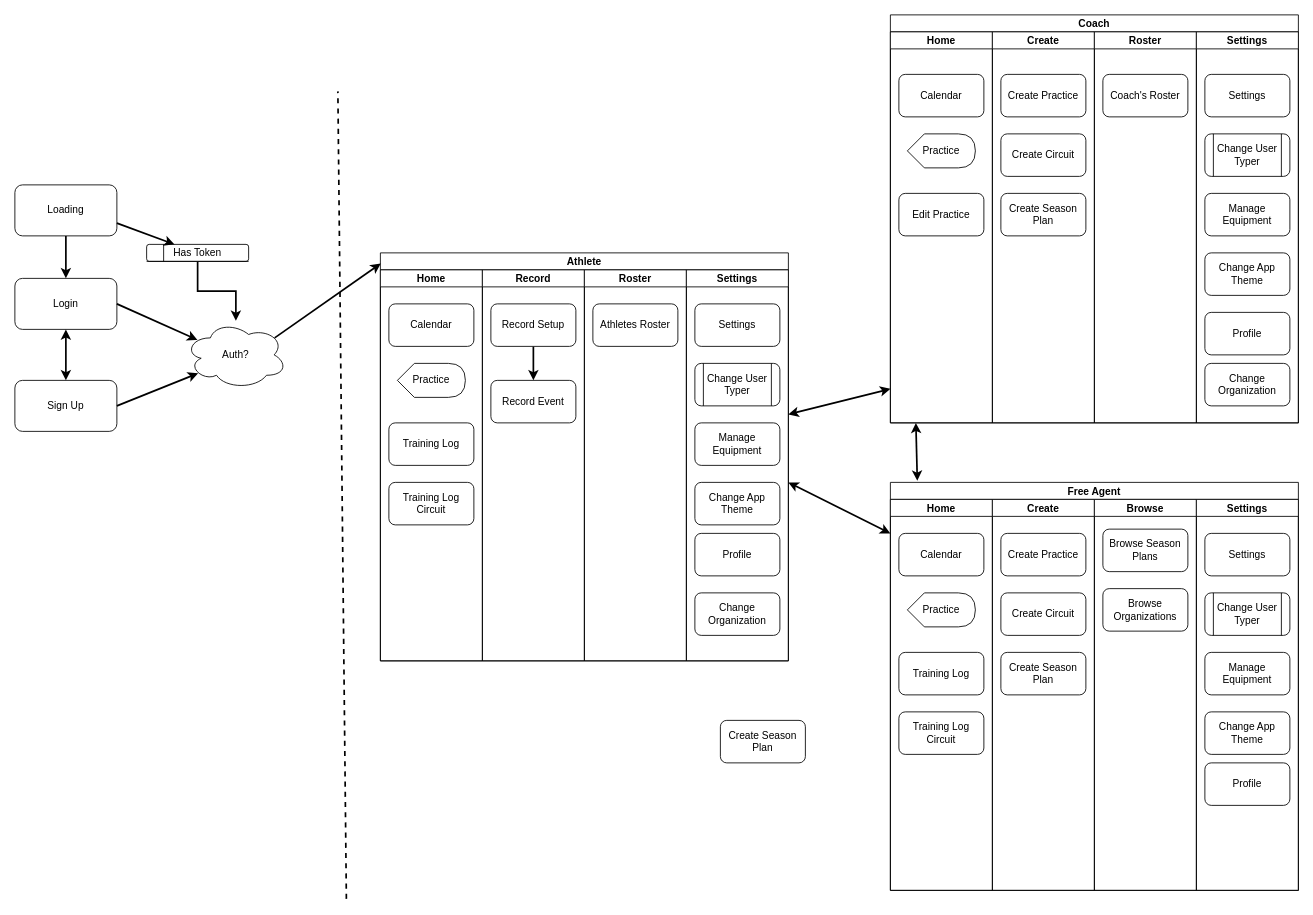
This is BBSports.drawio from Henkemeyer/BBSports, a draw.io file, before an edit. Source tidied: cells renumbered, new cells numbered last; positions are measured from the earlier drawing's top-left corner, leaving out a move shared by most shapes. Both pictures are drawn from the tidied source at 85%, with x=0, y=0 at pixel (14, 14).
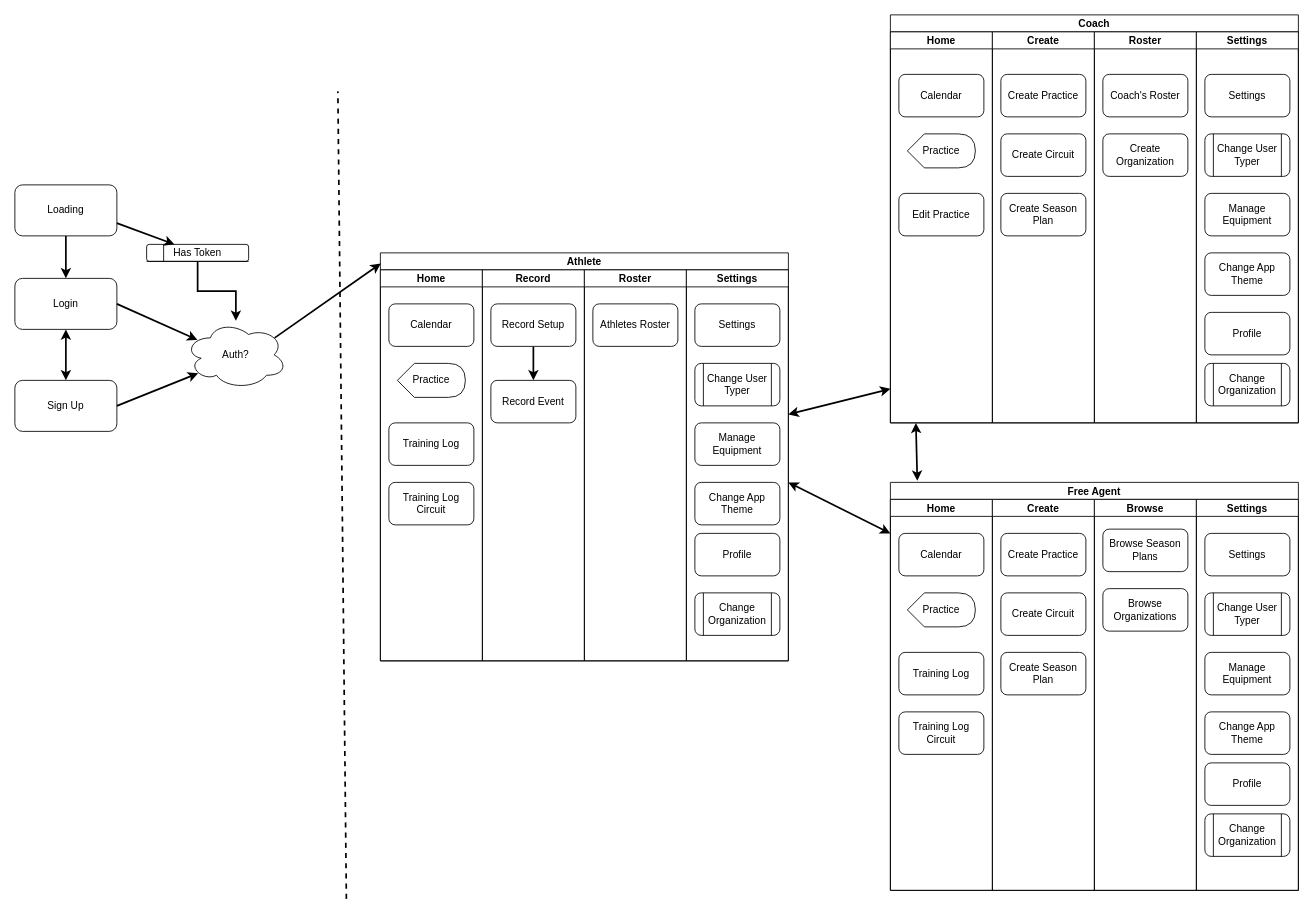
The same diagram, later.

Unchanged cells that the change refers to:
```xml
<mxCell id="11" value="Roster" style="swimlane;startSize=20;" parent="2" vertex="1">
  <mxGeometry x="240" y="20" width="120" height="460" as="geometry" />
</mxCell>
<mxCell id="13" value="Settings" style="swimlane;startSize=20;" parent="2" vertex="1">
  <mxGeometry x="360" y="20" width="120" height="460" as="geometry" />
</mxCell>
<mxCell id="33" value="Settings" style="swimlane;startSize=20;" parent="20" vertex="1">
  <mxGeometry x="360" y="20" width="120" height="460" as="geometry" />
</mxCell>
<mxCell id="51" value="Settings" style="swimlane;startSize=20;" parent="39" vertex="1">
  <mxGeometry x="360" y="20" width="120" height="460" as="geometry" />
</mxCell>
```

What changed in the source:
```diff
@@
+    <mxCell id="75" value="Create Organization" style="rounded=1;whiteSpace=wrap;html=1;" parent="11" vertex="1">
+      <mxGeometry x="10" y="120" width="100" height="50" as="geometry" />
+    </mxCell>
@@
-    <mxCell id="19" value="Change Organization" style="rounded=1;whiteSpace=wrap;html=1;" parent="13" vertex="1">
-      <mxGeometry x="10" y="390" width="100" height="50" as="geometry" />
-    </mxCell>
+    <mxCell id="76" value="Change Organization" style="shape=process;whiteSpace=wrap;html=1;backgroundOutline=1;rounded=1;fontFamily=Helvetica;fontSize=12;fontColor=default;strokeColor=default;fillColor=default;" parent="13" vertex="1">
+      <mxGeometry x="10" y="390" width="100" height="50" as="geometry" />
+    </mxCell>
@@
+    <mxCell id="77" value="Change Organization" style="shape=process;whiteSpace=wrap;html=1;backgroundOutline=1;rounded=1;fontFamily=Helvetica;fontSize=12;fontColor=default;strokeColor=default;fillColor=default;" parent="33" vertex="1">
+      <mxGeometry x="10" y="370" width="100" height="50" as="geometry" />
+    </mxCell>
@@
-    <mxCell id="57" value="Change Organization" style="rounded=1;whiteSpace=wrap;html=1;" parent="51" vertex="1">
-      <mxGeometry x="10" y="380" width="100" height="50" as="geometry" />
-    </mxCell>
+    <mxCell id="78" value="Change Organization" style="shape=process;whiteSpace=wrap;html=1;backgroundOutline=1;rounded=1;fontFamily=Helvetica;fontSize=12;fontColor=default;strokeColor=default;fillColor=default;" parent="51" vertex="1">
+      <mxGeometry x="10" y="380" width="100" height="50" as="geometry" />
+    </mxCell>
@@
-    <mxCell id="74" value="Create Season Plan" style="rounded=1;whiteSpace=wrap;html=1;" parent="1" vertex="1">
-      <mxGeometry x="830" y="830" width="100" height="50" as="geometry" />
-    </mxCell>
```
